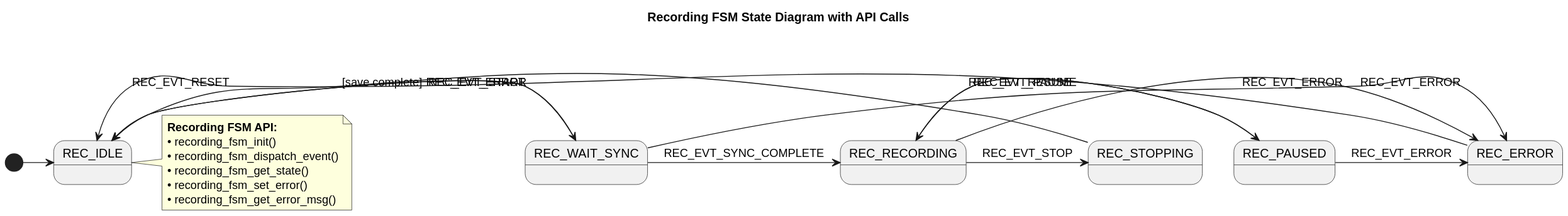
Above: system_coordinator_module/diagrams/recording_fsm_diagram_with_api.svg in RiseCai/Design-Patterns-in-C (PlantUML), before the change.
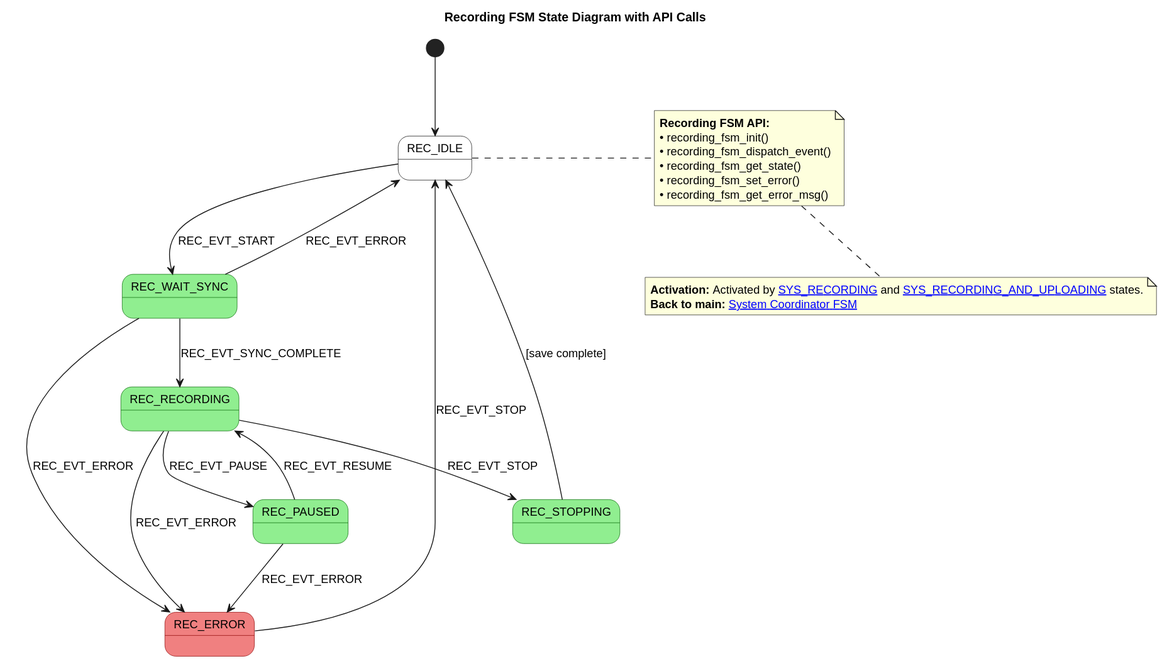
After the change.

The edit, as a diff of the source:
```diff
@@ -1,26 +1,36 @@
 @startuml
 title Recording FSM State Diagram with API Calls
 
-state "REC_IDLE" as idle
-state "REC_WAIT_SYNC" as wait_sync
-state "REC_RECORDING" as recording
-state "REC_PAUSED" as paused
-state "REC_STOPPING" as stopping
-state "REC_ERROR" as error
+skinparam state {
+  BackgroundColor<<normal>> White
+  BorderColor<<normal>> Black
+  BackgroundColor<<error>> LightCoral
+  BorderColor<<error>> DarkRed
+  BackgroundColor<<active>> LightGreen
+  BorderColor<<active>> DarkGreen
+  FontSize 13
+}
 
-idle -> wait_sync : REC_EVT_START
-wait_sync -> recording : REC_EVT_SYNC_COMPLETE
-wait_sync -> idle : REC_EVT_ERROR
-recording -> paused : REC_EVT_PAUSE
-paused -> recording : REC_EVT_RESUME
-recording -> stopping : REC_EVT_STOP
-stopping -> idle : [save complete]
-recording -> error : REC_EVT_ERROR
-paused -> error : REC_EVT_ERROR
-wait_sync -> error : REC_EVT_ERROR
-error -> idle : REC_EVT_RESET
+state "REC_IDLE" as idle <<normal>>
+state "REC_WAIT_SYNC" as wait_sync <<active>>
+state "REC_RECORDING" as recording <<active>>
+state "REC_PAUSED" as paused <<active>>
+state "REC_STOPPING" as stopping <<active>>
+state "REC_ERROR" as error <<error>>
 
-[*] -> idle
+idle --> wait_sync : REC_EVT_START
+wait_sync --> recording : REC_EVT_SYNC_COMPLETE
+wait_sync --> idle : REC_EVT_ERROR
+recording --> paused : REC_EVT_PAUSE
+paused --> recording : REC_EVT_RESUME
+recording --> stopping : REC_EVT_STOP
+stopping --> idle : [save complete]
+recording --> error : REC_EVT_ERROR
+paused --> error : REC_EVT_ERROR
+wait_sync --> error : REC_EVT_ERROR
+error --> idle : REC_EVT_STOP
+
+[*] --> idle
 
 note right of idle
   <b>Recording FSM API:</b>
@@ -30,4 +40,9 @@
   • recording_fsm_set_error()
   • recording_fsm_get_error_msg()
 end note
+
+note bottom
+  <b>Activation:</b> Activated by [[system_coordinator_state_diagram_with_api.puml SYS_RECORDING]] and [[system_coordinator_state_diagram_with_api.puml SYS_RECORDING_AND_UPLOADING]] states.
+  <b>Back to main:</b> [[system_coordinator_state_diagram_with_api.puml System Coordinator FSM]]
+end note
 @enduml
```
